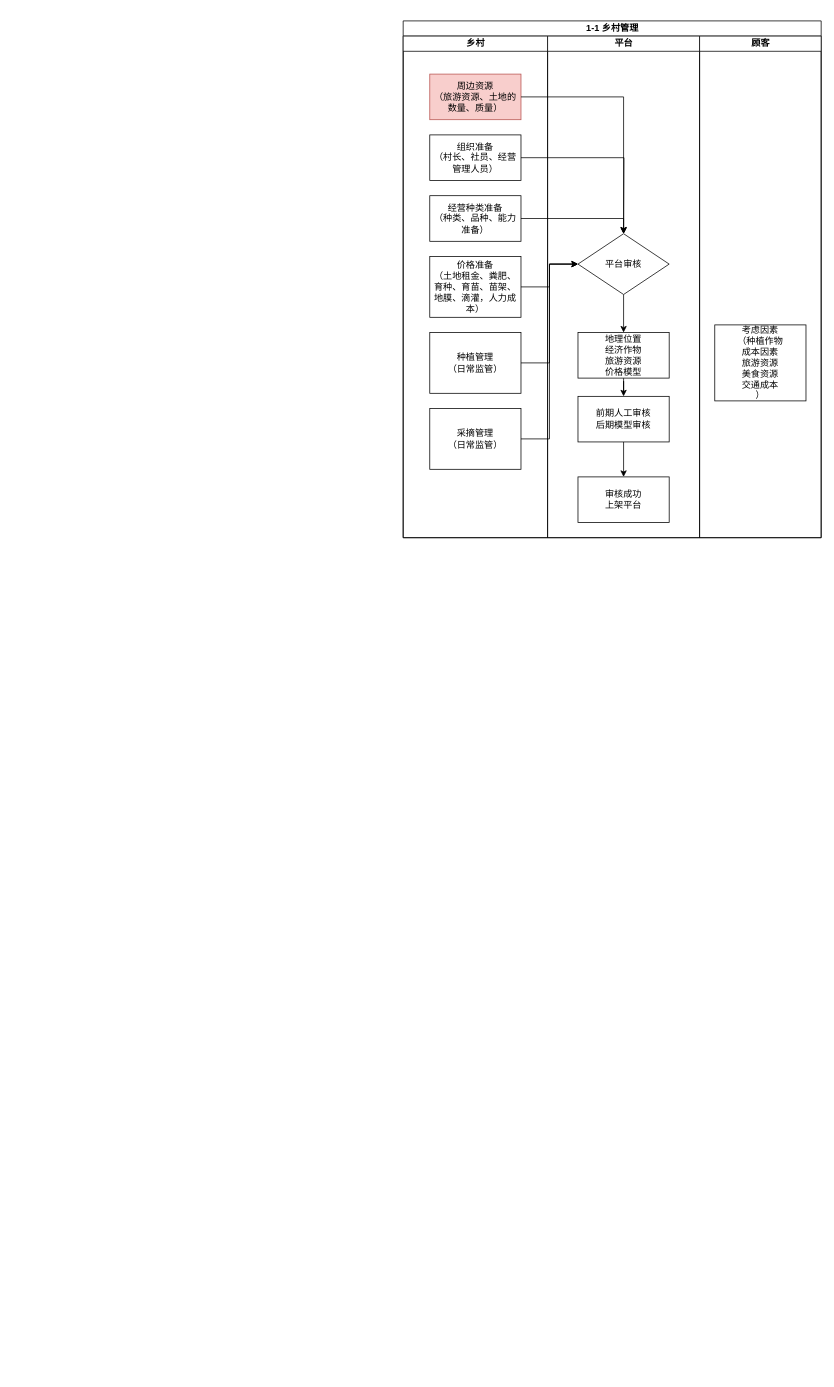
This is page "1-1 乡村准备" (2 of 6) of Graph/1---健康农场---全流程.drawio from ManGuo/HealthFarm, a draw.io file, before an edit. Source tidied: cells renumbered, new cells numbered last; positions are measured from the earlier drawing's top-left corner, leaving out a move shared by most shapes. Both pictures are drawn from the tidied source at 76%, with x=0, y=0 at pixel (403, 21).
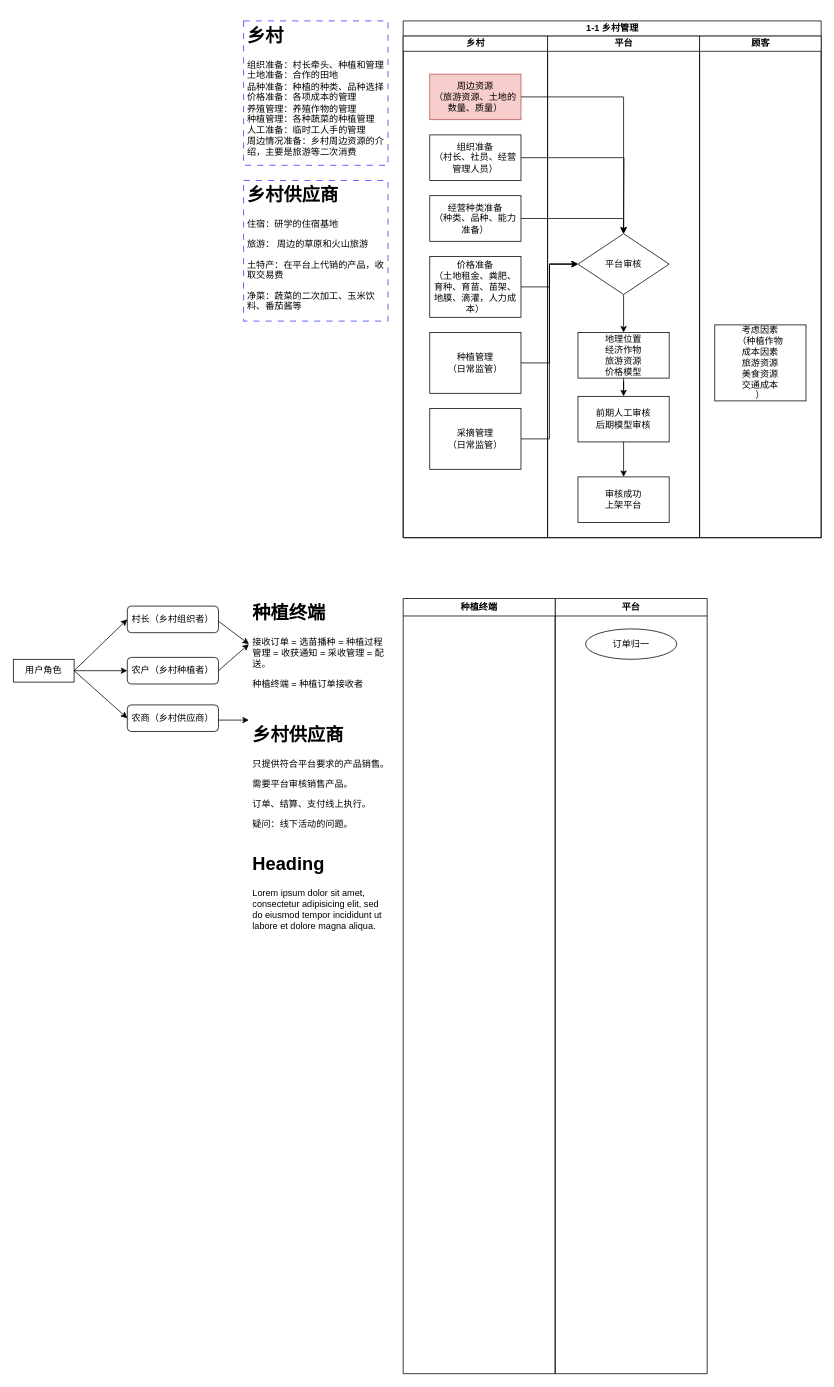
The same page after the edit.

Commit message:
更新1---健康农场---全流程.drawio

The edit, as a diff of the source:
```diff
@@
+    <mxCell id="26" value="&lt;h1&gt;乡村&lt;/h1&gt;&lt;div class=&quot;mind-clipboard&quot;&gt;&lt;div&gt;组织准备：村长牵头、种植和管理&lt;/div&gt;&lt;div&gt;土地准备：合作的田地&lt;/div&gt;&lt;div&gt;品种准备：种植的种类、品种选择&lt;/div&gt;&lt;div&gt;价格准备：各项成本的管理&lt;/div&gt;&lt;div&gt;养殖管理：养殖作物的管理&lt;/div&gt;&lt;div&gt;种植管理：各种蔬菜的种植管理&lt;/div&gt;&lt;div&gt;人工准备：临时工人手的管理&lt;/div&gt;&lt;div&gt;周边情况准备：乡村周边资源的介绍，主要是旅游等二次消费&lt;/div&gt;&lt;div&gt;&lt;/div&gt;&lt;/div&gt;" style="text;html=1;strokeColor=#3333FF;fillColor=none;spacing=5;spacingTop=-20;whiteSpace=wrap;overflow=hidden;rounded=0;dashed=1;dashPattern=8 8;" parent="1" vertex="1">
+      <mxGeometry x="-210" width="190" height="190" as="geometry" />
+    </mxCell>
+    <mxCell id="27" value="&lt;h1&gt;乡村供应商&lt;/h1&gt;&lt;p&gt;住宿：研学的住宿基地&lt;/p&gt;&lt;p&gt;旅游： 周边的草原和火山旅游&lt;/p&gt;&lt;p&gt;土特产：在平台上代销的产品，收取交易费&lt;/p&gt;&lt;p&gt;净菜：蔬菜的二次加工、玉米饮料、番茄酱等&lt;br&gt;&lt;/p&gt;&lt;p&gt;&lt;br&gt;&lt;/p&gt;" style="text;html=1;strokeColor=#3333FF;fillColor=none;spacing=5;spacingTop=-20;whiteSpace=wrap;overflow=hidden;rounded=0;dashed=1;dashPattern=8 8;" parent="1" vertex="1">
+      <mxGeometry x="-210" y="210" width="190" height="185" as="geometry" />
+    </mxCell>
+    <mxCell id="28" value="用户角色" style="rounded=0;whiteSpace=wrap;html=1;" parent="1" vertex="1">
+      <mxGeometry x="-513" y="840" width="80" height="30" as="geometry" />
+    </mxCell>
+    <mxCell id="29" value="村长（乡村组织者）" style="rounded=1;whiteSpace=wrap;html=1;" parent="1" vertex="1">
+      <mxGeometry x="-363" y="770" width="120" height="35" as="geometry" />
+    </mxCell>
+    <mxCell id="30" value="农户（乡村种植者）" style="rounded=1;whiteSpace=wrap;html=1;" parent="1" vertex="1">
+      <mxGeometry x="-363" y="837.5" width="120" height="35" as="geometry" />
+    </mxCell>
+    <mxCell id="31" value="农商（乡村供应商）" style="rounded=1;whiteSpace=wrap;html=1;" parent="1" vertex="1">
+      <mxGeometry x="-363" y="900" width="120" height="35" as="geometry" />
+    </mxCell>
+    <mxCell id="32" style="endArrow=classic;html=1;rounded=0;entryX=0;entryY=0.5;entryDx=0;entryDy=0;" parent="1" edge="1" target="29">
+      <mxGeometry relative="1" as="geometry">
+        <mxPoint x="-433" y="855" as="sourcePoint" />
+      </mxGeometry>
+    </mxCell>
+    <mxCell id="33" style="endArrow=classic;html=1;rounded=0;entryX=0;entryY=0.5;entryDx=0;entryDy=0;" parent="1" edge="1" target="30">
+      <mxGeometry relative="1" as="geometry">
+        <mxPoint x="-433" y="855" as="sourcePoint" />
+      </mxGeometry>
+    </mxCell>
+    <mxCell id="34" style="endArrow=classic;html=1;rounded=0;entryX=0;entryY=0.5;entryDx=0;entryDy=0;" parent="1" edge="1" target="31">
+      <mxGeometry relative="1" as="geometry">
+        <mxPoint x="-433" y="855" as="sourcePoint" />
+      </mxGeometry>
+    </mxCell>
+    <mxCell id="35" value="&lt;h1&gt;乡村供应商&lt;/h1&gt;&lt;p&gt;只提供符合平台要求的产品销售。&lt;/p&gt;&lt;p&gt;需要平台审核销售产品。&lt;/p&gt;&lt;p&gt;订单、结算、支付线上执行。&lt;/p&gt;&lt;p&gt;疑问：线下活动的问题。&lt;/p&gt;" style="text;html=1;strokeColor=none;fillColor=none;spacing=5;spacingTop=-20;whiteSpace=wrap;overflow=hidden;rounded=0;" parent="1" vertex="1">
+      <mxGeometry x="-203" y="920" width="190" height="150" as="geometry" />
+    </mxCell>
+    <mxCell id="36" style="endArrow=classic;html=1;rounded=0;entryX=0;entryY=0;entryDx=0;entryDy=0;" parent="1" edge="1" target="35">
+      <mxGeometry relative="1" as="geometry">
+        <mxPoint x="-243" y="920" as="sourcePoint" />
+      </mxGeometry>
+    </mxCell>
+    <mxCell id="37" value="&lt;h1&gt;种植终端&lt;/h1&gt;&lt;p&gt;接收订单 = 选苗播种 = 种植过程管理 = 收获通知 = 采收管理 = 配送。&lt;/p&gt;&lt;p&gt;种植终端 = 种植订单接收者&lt;/p&gt;" style="text;html=1;strokeColor=none;fillColor=none;spacing=5;spacingTop=-20;whiteSpace=wrap;overflow=hidden;rounded=0;" parent="1" vertex="1">
+      <mxGeometry x="-203" y="760" width="190" height="120" as="geometry" />
+    </mxCell>
+    <mxCell id="38" style="endArrow=classic;html=1;rounded=0;entryX=0;entryY=0.5;entryDx=0;entryDy=0;" parent="1" edge="1" target="37">
+      <mxGeometry relative="1" as="geometry">
+        <mxPoint x="-243" y="790" as="sourcePoint" />
+      </mxGeometry>
+    </mxCell>
+    <mxCell id="39" style="endArrow=classic;html=1;rounded=0;entryX=0;entryY=0.5;entryDx=0;entryDy=0;exitX=1;exitY=0.5;exitDx=0;exitDy=0;" parent="1" edge="1" source="30" target="37">
+      <mxGeometry relative="1" as="geometry" />
+    </mxCell>
+    <mxCell id="40" value="平台" style="swimlane;whiteSpace=wrap;html=1;" parent="1" vertex="1">
+      <mxGeometry x="200" y="760" width="200" height="1020" as="geometry" />
+    </mxCell>
+    <mxCell id="41" value="订单归一" style="ellipse;whiteSpace=wrap;html=1;" parent="40" vertex="1">
+      <mxGeometry x="40" y="40" width="120" height="40" as="geometry" />
+    </mxCell>
+    <mxCell id="42" value="种植终端" style="swimlane;whiteSpace=wrap;html=1;" parent="1" vertex="1">
+      <mxGeometry y="760" width="200" height="1020" as="geometry" />
+    </mxCell>
+    <mxCell id="43" value="&lt;h1&gt;Heading&lt;/h1&gt;&lt;p&gt;Lorem ipsum dolor sit amet, consectetur adipisicing elit, sed do eiusmod tempor incididunt ut labore et dolore magna aliqua.&lt;/p&gt;" style="text;html=1;strokeColor=none;fillColor=none;spacing=5;spacingTop=-20;whiteSpace=wrap;overflow=hidden;rounded=0;" parent="1" vertex="1">
+      <mxGeometry x="-203" y="1090" width="190" height="120" as="geometry" />
+    </mxCell>
```
